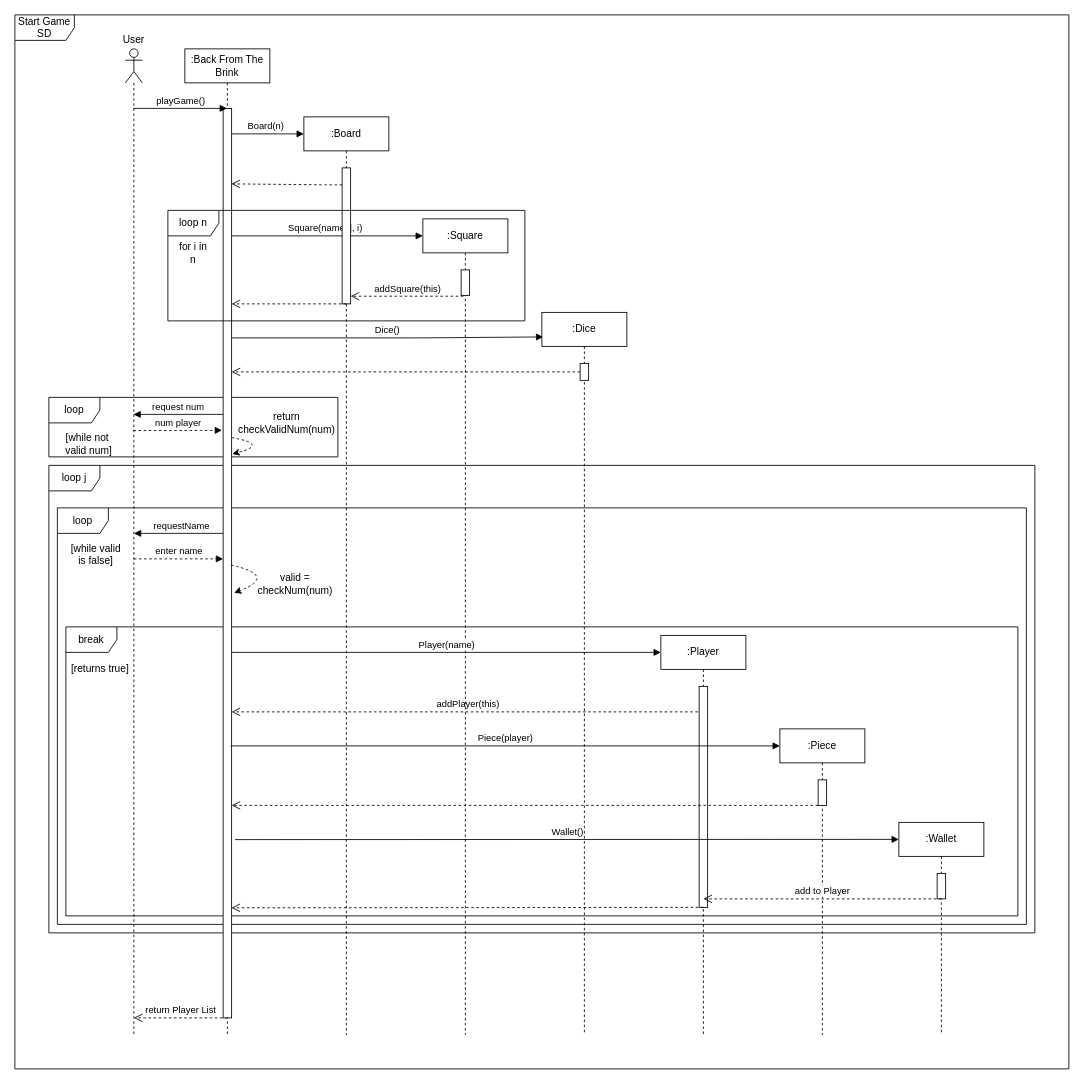
Before: Documentation/Sequence Diagrams/Start Game SD (draft).drawio in cmcgarry5/csc2058-2021-g25, a draw.io diagram. Source tidied: cells renumbered, new cells numbered last; positions are measured from the earlier drawing's top-left corner, leaving out a move shared by most shapes. Both pictures are drawn from the tidied source at 85%, with x=0, y=0 at pixel (14, 14).
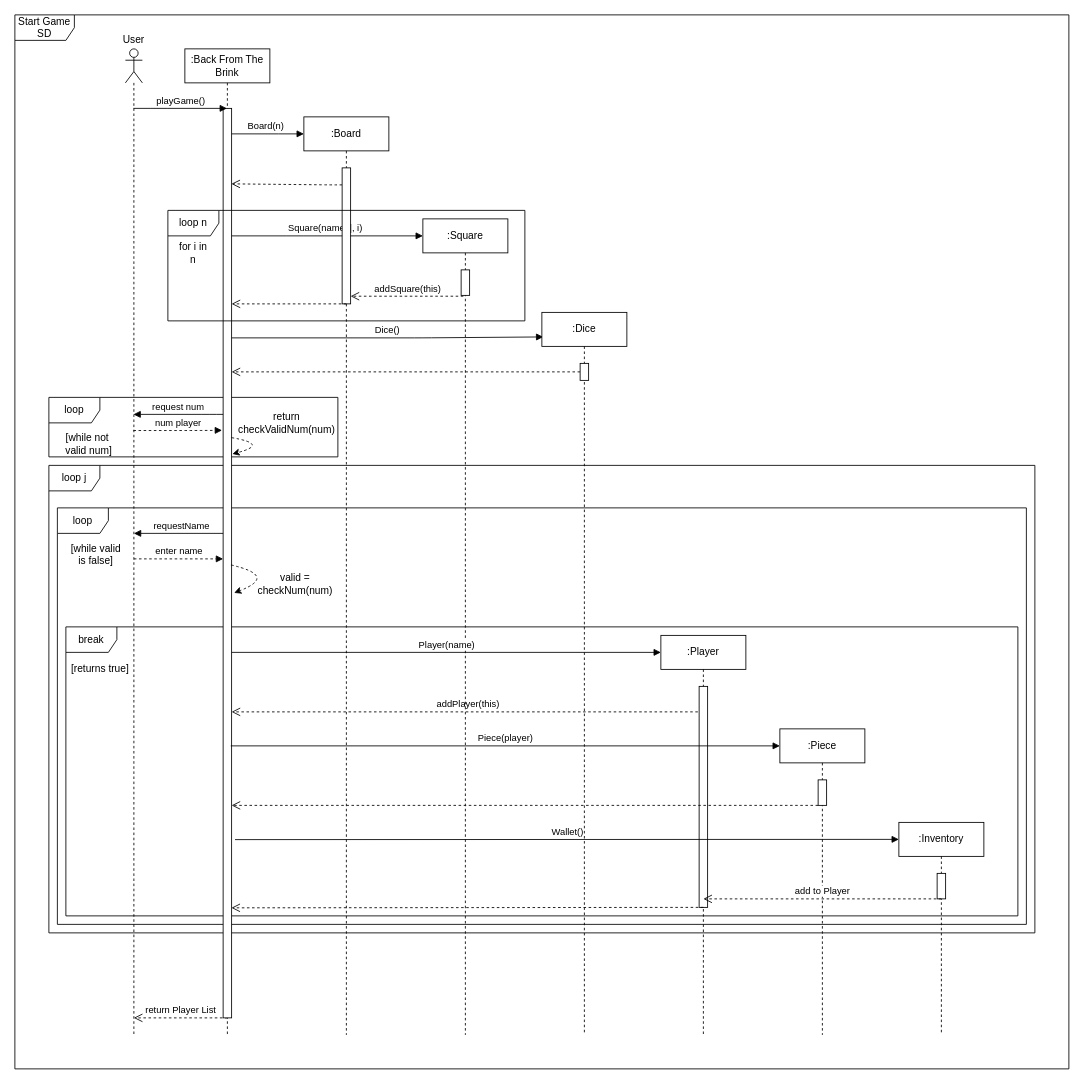
After the change.

Commit message (it also covers changes not shown here):
Upd Start Game sd, Take Turn sd

Change to the diagram source:
```diff
@@
-    <mxCell id="47" value=":Wallet" style="shape=umlLifeline;perimeter=lifelinePerimeter;whiteSpace=wrap;html=1;" parent="1" vertex="1">
+    <mxCell id="47" value=":Inventory" style="shape=umlLifeline;perimeter=lifelinePerimeter;whiteSpace=wrap;html=1;" parent="1" vertex="1">
       <mxGeometry x="1040" y="950" width="100" height="250" as="geometry" />
     </mxCell>
```
